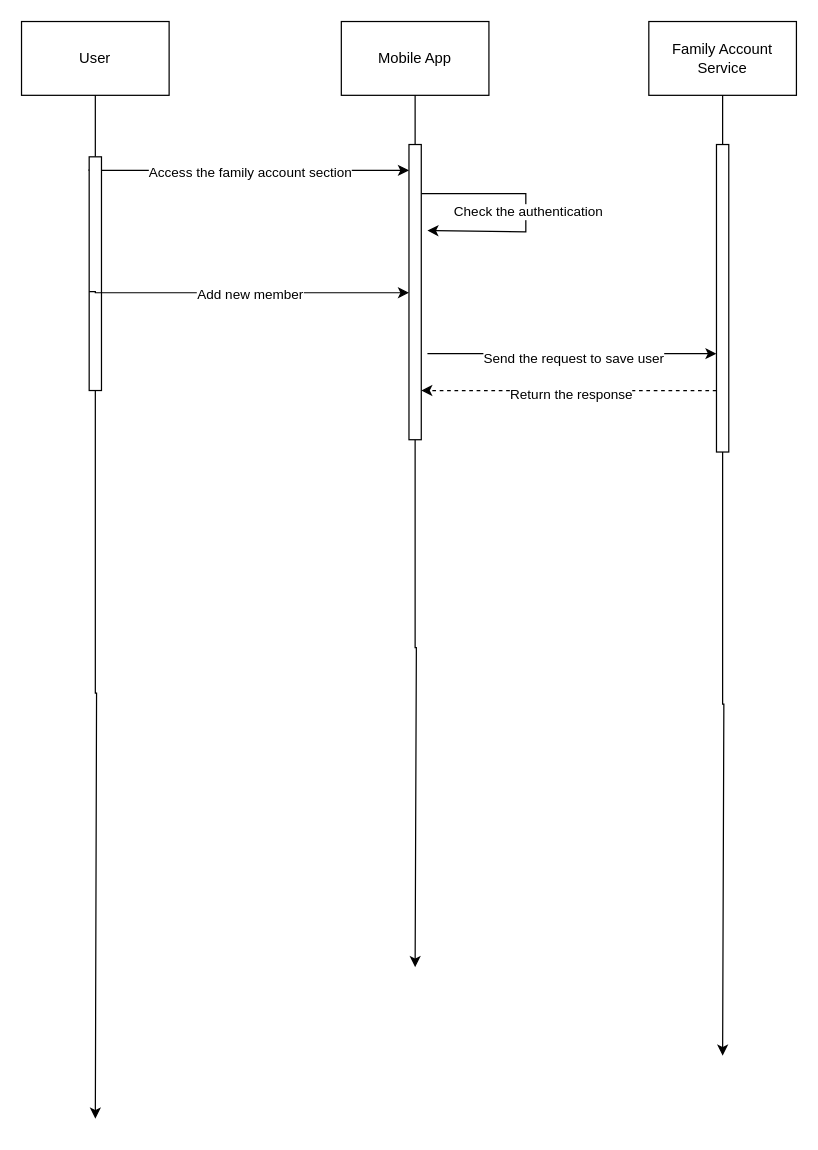
Before: FamilyAccountManagementSequence.drawio in Life-Pill/Life-Pill, a draw.io diagram. Source tidied: cells renumbered, new cells numbered last; positions are measured from the earlier drawing's top-left corner, leaving out a move shared by most shapes. Both pictures are drawn from the tidied source at 123%, with x=0, y=0 at pixel (21, 21).
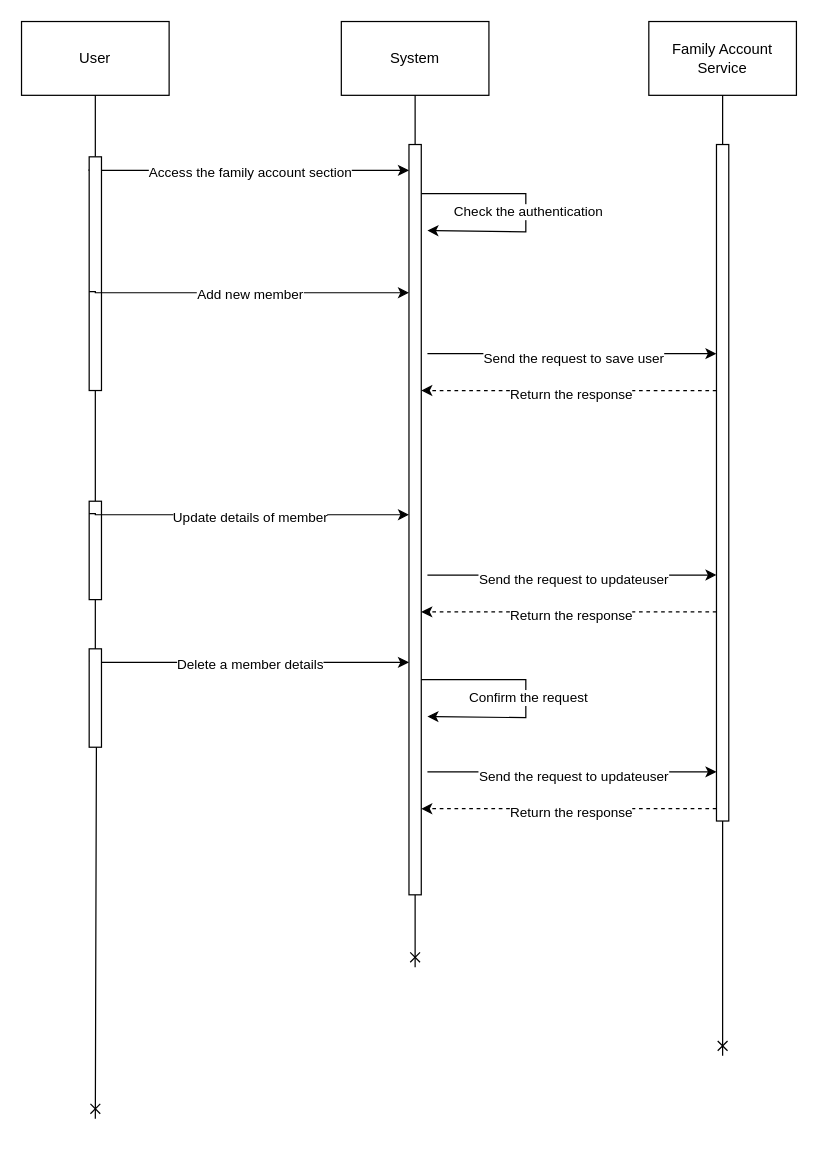
The same diagram, later.

The change refers to these unchanged cells:
```xml
<mxCell id="11" style="html=1;points=[[0,0,0,0,5],[0,1,0,0,-5],[1,0,0,0,5],[1,1,0,0,-5]];perimeter=orthogonalPerimeter;outlineConnect=0;targetShapes=umlLifeline;portConstraint=eastwest;newEdgeStyle={&quot;curved&quot;:0,&quot;rounded&quot;:0};" parent="1" vertex="1">
  <mxGeometry x="55" y="110" width="10" height="190" as="geometry" />
</mxCell>
```

The edit, as a diff of the source:
```diff
@@
-    <mxCell id="2" style="edgeStyle=orthogonalEdgeStyle;rounded=0;jettySize=auto;html=1;" parent="1" edge="1" source="11">
+    <mxCell id="2" style="edgeStyle=orthogonalEdgeStyle;rounded=0;jettySize=auto;html=1;endArrow=cross;endFill=0;" parent="1" edge="1" source="25">
       <mxGeometry relative="1" as="geometry">
         <mxPoint x="60" y="892" as="targetPoint" />
         <Array as="points">
           <mxPoint x="60" y="546" />
           <mxPoint x="61" y="546" />
         </Array>
       </mxGeometry>
     </mxCell>
@@
-    <mxCell id="4" style="edgeStyle=orthogonalEdgeStyle;rounded=0;jettySize=auto;html=1;" parent="1" edge="1" source="15">
+    <mxCell id="4" style="edgeStyle=orthogonalEdgeStyle;rounded=0;jettySize=auto;html=1;endArrow=cross;endFill=0;" parent="1" edge="1" source="15">
       <mxGeometry relative="1" as="geometry">
         <mxPoint x="320" y="768.8" as="targetPoint" />
         <Array as="points">
           <mxPoint x="320" y="509" />
           <mxPoint x="321" y="509" />
         </Array>
       </mxGeometry>
     </mxCell>
-    <mxCell id="5" value="Mobile App" style="rounded=0;whiteSpace=wrap;html=1;" parent="1" vertex="1">
+    <mxCell id="5" value="System" style="rounded=0;whiteSpace=wrap;html=1;" parent="1" vertex="1">
       <mxGeometry x="260" width="120" height="60" as="geometry" />
     </mxCell>
-    <mxCell id="6" style="edgeStyle=orthogonalEdgeStyle;rounded=0;jettySize=auto;html=1;" parent="1" edge="1" source="17">
+    <mxCell id="6" style="edgeStyle=orthogonalEdgeStyle;rounded=0;jettySize=auto;html=1;endArrow=cross;endFill=0;" parent="1" edge="1" source="17">
       <mxGeometry relative="1" as="geometry">
         <mxPoint x="570" y="840.8" as="targetPoint" />
         <Array as="points">
           <mxPoint x="570" y="555" />
           <mxPoint x="571" y="555" />
         </Array>
       </mxGeometry>
     </mxCell>
@@
     <mxCell id="15" style="html=1;points=[[0,0,0,0,5],[0,1,0,0,-5],[1,0,0,0,5],[1,1,0,0,-5]];perimeter=orthogonalPerimeter;outlineConnect=0;targetShapes=umlLifeline;portConstraint=eastwest;newEdgeStyle={&quot;curved&quot;:0,&quot;rounded&quot;:0};" parent="1" vertex="1">
-      <mxGeometry x="315" y="100" width="10" height="240" as="geometry" />
+      <mxGeometry x="315" y="100" width="10" height="610" as="geometry" />
     </mxCell>
@@
     <mxCell id="17" style="html=1;points=[[0,0,0,0,5],[0,1,0,0,-5],[1,0,0,0,5],[1,1,0,0,-5]];perimeter=orthogonalPerimeter;outlineConnect=0;targetShapes=umlLifeline;portConstraint=eastwest;newEdgeStyle={&quot;curved&quot;:0,&quot;rounded&quot;:0};" parent="1" vertex="1">
-      <mxGeometry x="565" y="100" width="10" height="250" as="geometry" />
+      <mxGeometry x="565" y="100" width="10" height="550" as="geometry" />
     </mxCell>
@@
+    <mxCell id="24" style="edgeStyle=orthogonalEdgeStyle;rounded=0;jettySize=auto;html=1;endArrow=none;endFill=0;" parent="1" edge="1" source="11" target="25">
+      <mxGeometry relative="1" as="geometry">
+        <Array as="points">
+          <mxPoint x="60" y="390" />
+          <mxPoint x="60" y="390" />
+        </Array>
+      </mxGeometry>
+    </mxCell>
+    <mxCell id="25" style="html=1;points=[[0,0,0,0,5],[0,1,0,0,-5],[1,0,0,0,5],[1,1,0,0,-5]];perimeter=orthogonalPerimeter;outlineConnect=0;targetShapes=umlLifeline;portConstraint=eastwest;newEdgeStyle={&quot;curved&quot;:0,&quot;rounded&quot;:0};" parent="1" vertex="1">
+      <mxGeometry x="55" y="390" width="10" height="80" as="geometry" />
+    </mxCell>
+    <mxCell id="26" style="edgeStyle=orthogonalEdgeStyle;rounded=0;orthogonalLoop=1;jettySize=auto;html=1;curved=0;" parent="1" edge="1">
+      <mxGeometry relative="1" as="geometry">
+        <mxPoint x="55" y="400" as="sourcePoint" />
+        <mxPoint x="315" y="401" as="targetPoint" />
+        <Array as="points">
+          <mxPoint x="60" y="400.5" />
+          <mxPoint x="60" y="401.5" />
+        </Array>
+      </mxGeometry>
+    </mxCell>
+    <mxCell id="27" value="Update details of member" style="edgeLabel;html=1;align=center;verticalAlign=middle;" parent="26" vertex="1">
+      <mxGeometry y="-1" relative="1" as="geometry" />
+    </mxCell>
+    <mxCell id="28" style="edgeStyle=orthogonalEdgeStyle;rounded=0;orthogonalLoop=1;jettySize=auto;html=1;curved=0;" parent="1" edge="1">
+      <mxGeometry relative="1" as="geometry">
+        <mxPoint x="55" y="520" as="sourcePoint" />
+        <mxPoint x="315" y="521" as="targetPoint" />
+        <Array as="points">
+          <mxPoint x="60" y="520.5" />
+          <mxPoint x="60" y="521.5" />
+        </Array>
+      </mxGeometry>
+    </mxCell>
+    <mxCell id="29" value="Delete a member details" style="edgeLabel;html=1;align=center;verticalAlign=middle;" parent="28" vertex="1">
+      <mxGeometry y="-1" relative="1" as="geometry" />
+    </mxCell>
+    <mxCell id="30" style="endArrow=classic;html=1;rounded=0;dashed=1;" parent="1" edge="1">
+      <mxGeometry relative="1" as="geometry">
+        <mxPoint x="565" y="480" as="sourcePoint" />
+        <mxPoint x="325" y="480" as="targetPoint" />
+      </mxGeometry>
+    </mxCell>
+    <mxCell id="31" value="Return the response" style="edgeLabel;html=1;align=center;verticalAlign=middle;" parent="30" vertex="1">
+      <mxGeometry x="-0.01" y="2" relative="1" as="geometry" />
+    </mxCell>
+    <mxCell id="32" style="endArrow=classic;html=1;rounded=0;" parent="1" edge="1">
+      <mxGeometry relative="1" as="geometry">
+        <mxPoint x="330" y="450" as="sourcePoint" />
+        <mxPoint x="565" y="450" as="targetPoint" />
+      </mxGeometry>
+    </mxCell>
+    <mxCell id="33" value="Send the request to updateuser" style="edgeLabel;html=1;align=center;verticalAlign=middle;" parent="32" vertex="1">
+      <mxGeometry y="-3" relative="1" as="geometry" />
+    </mxCell>
+    <mxCell id="34" style="html=1;perimeter=orthogonalPerimeter;targetShapes=umlLifeline;newEdgeStyle={&quot;curved&quot;:0,&quot;rounded&quot;:0};" parent="1" vertex="1">
+      <mxGeometry x="55" y="510" width="10" height="80" as="geometry" />
+    </mxCell>
+    <mxCell id="35" style="endArrow=classic;html=1;rounded=0;" parent="1" edge="1">
+      <mxGeometry relative="1" as="geometry">
+        <mxPoint x="330" y="610" as="sourcePoint" />
+        <mxPoint x="565" y="610" as="targetPoint" />
+      </mxGeometry>
+    </mxCell>
+    <mxCell id="36" value="Send the request to updateuser" style="edgeLabel;html=1;align=center;verticalAlign=middle;" parent="35" vertex="1">
+      <mxGeometry y="-3" relative="1" as="geometry" />
+    </mxCell>
+    <mxCell id="37" style="endArrow=classic;html=1;rounded=0;dashed=1;" parent="1" edge="1">
+      <mxGeometry relative="1" as="geometry">
+        <mxPoint x="565" y="640" as="sourcePoint" />
+        <mxPoint x="325" y="640" as="targetPoint" />
+      </mxGeometry>
+    </mxCell>
+    <mxCell id="38" value="Return the response" style="edgeLabel;html=1;align=center;verticalAlign=middle;" parent="37" vertex="1">
+      <mxGeometry x="-0.01" y="2" relative="1" as="geometry" />
+    </mxCell>
+    <mxCell id="39" style="edgeStyle=orthogonalEdgeStyle;rounded=0;orthogonalLoop=1;jettySize=auto;html=1;curved=0;" parent="1" edge="1">
+      <mxGeometry relative="1" as="geometry">
+        <mxPoint x="325" y="535" as="sourcePoint" />
+        <mxPoint x="330" y="565" as="targetPoint" />
+        <Array as="points">
+          <mxPoint x="410" y="535" />
+          <mxPoint x="410" y="566" />
+        </Array>
+      </mxGeometry>
+    </mxCell>
+    <mxCell id="40" value="Confirm the request" style="edgeLabel;html=1;align=center;verticalAlign=middle;" parent="39" vertex="1">
+      <mxGeometry x="0.01" y="1" relative="1" as="geometry" />
+    </mxCell>
```
